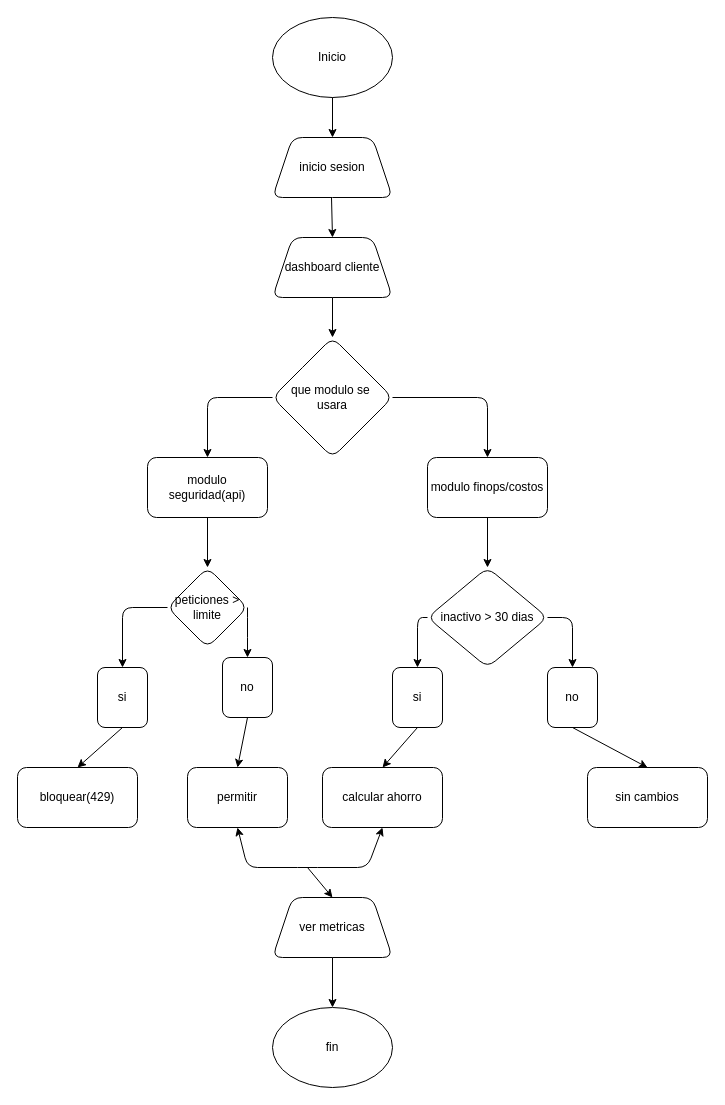
esteban3042250018-glitch/4B_practices_aguirre keeps this draw.io diagram as PRACTICES/Unit1/aguirre-idea.drawio. Above is the earlier version. Source tidied: cells renumbered, new cells numbered last; positions are measured from the earlier drawing's top-left corner, leaving out a move shared by most shapes. Both pictures are drawn from the tidied source at 100%, with x=0, y=0 at pixel (17, 17).
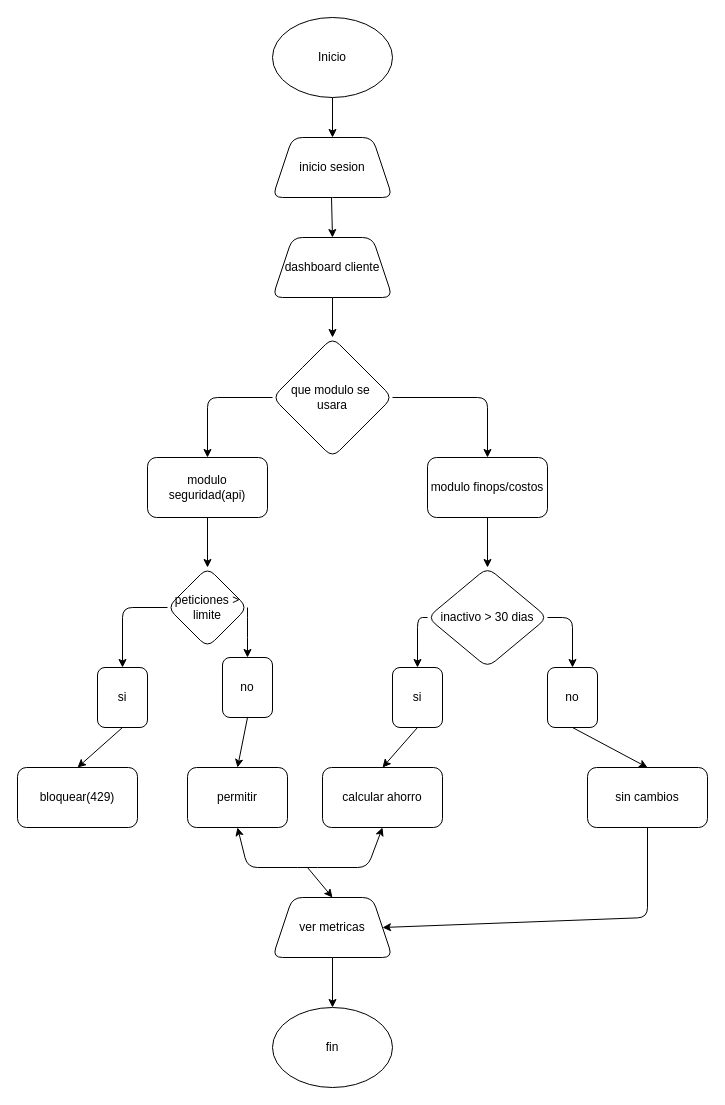
The same diagram, later.

Unchanged cells that the change refers to:
```xml
<mxCell id="17" value="sin cambios" style="rounded=1;whiteSpace=wrap;html=1;" parent="1" vertex="1">
  <mxGeometry x="570" y="750" width="120" height="60" as="geometry" />
</mxCell>
<mxCell id="18" value="ver metricas" style="shape=trapezoid;perimeter=trapezoidPerimeter;whiteSpace=wrap;html=1;fixedSize=1;rounded=1;" parent="1" vertex="1">
  <mxGeometry x="255" y="880" width="120" height="60" as="geometry" />
</mxCell>
```

Diff of the diagram source:
```diff
@@
+    <mxCell id="38" style="endArrow=classic;html=1;entryX=1;entryY=0.5;entryDx=0;entryDy=0;exitX=0.5;exitY=1;exitDx=0;exitDy=0;" parent="1" edge="1" source="17" target="18">
+      <mxGeometry relative="1" as="geometry">
+        <Array as="points">
+          <mxPoint x="630" y="900" />
+        </Array>
+      </mxGeometry>
+    </mxCell>
```
